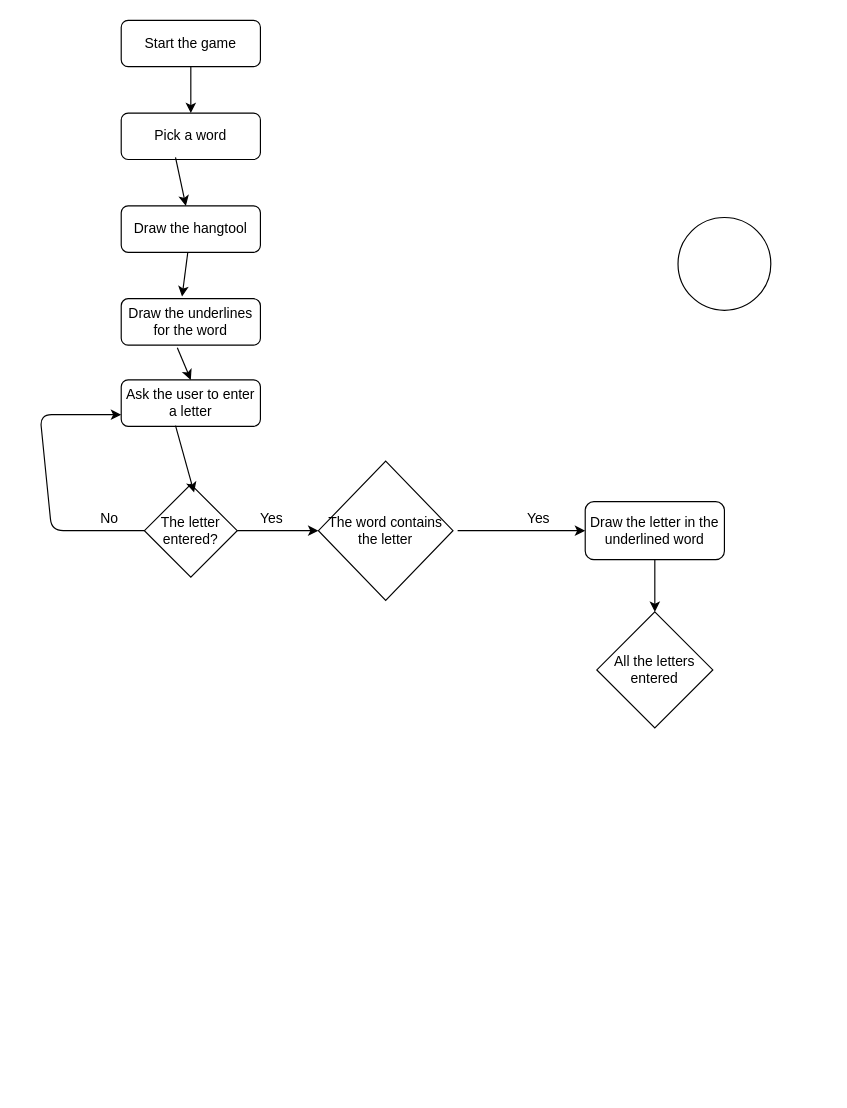
This is Untitled Diagram.drawio from bresliev/learnPython, a draw.io file, before an edit. Source tidied: cells renumbered, new cells numbered last; positions are measured from the earlier drawing's top-left corner, leaving out a move shared by most shapes. Both pictures are drawn from the tidied source at 116%, with x=0, y=0 at pixel (39, 20).
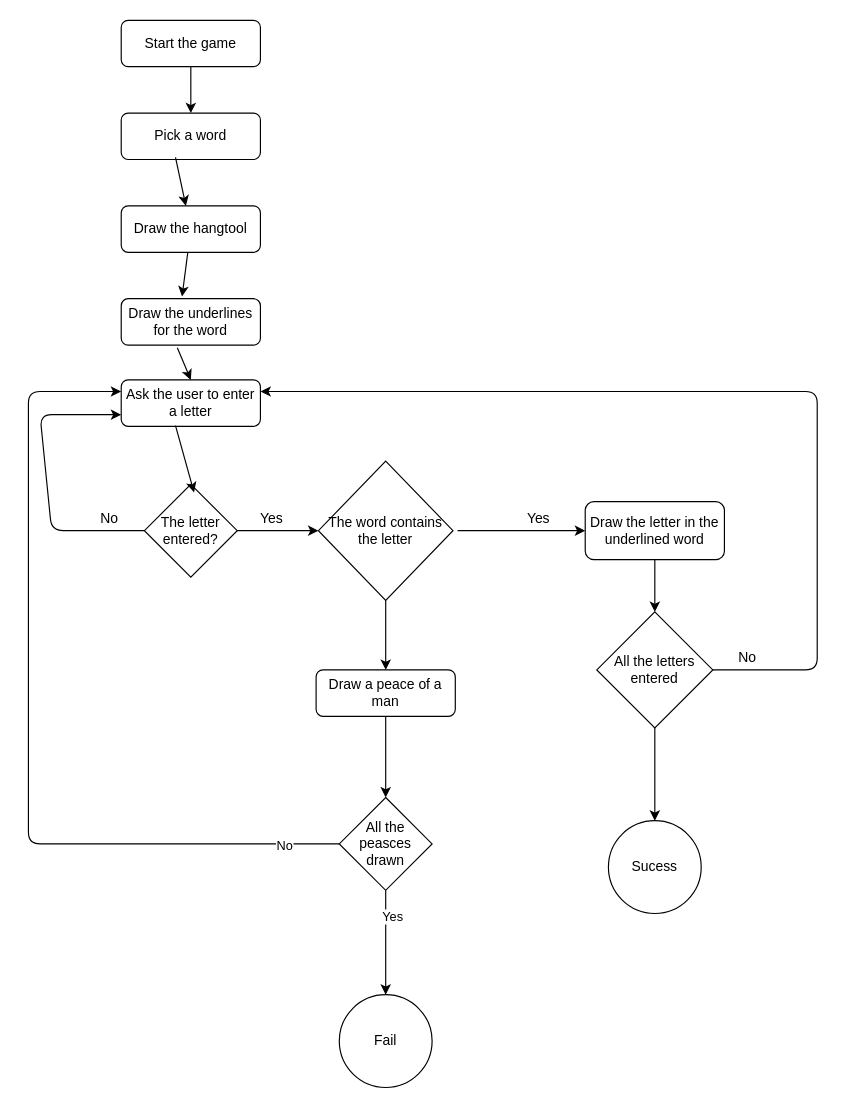
The same page after the edit.

The change refers to these unchanged cells:
```xml
<mxCell id="9" value="Ask the user to enter a letter" style="rounded=1;whiteSpace=wrap;html=1;" parent="1" vertex="1">
  <mxGeometry x="70" y="310" width="120" height="40" as="geometry" />
</mxCell>
<mxCell id="15" value="The word contains the letter" style="rhombus;whiteSpace=wrap;html=1;" parent="1" vertex="1">
  <mxGeometry x="240" y="380" width="116" height="120" as="geometry" />
</mxCell>
<mxCell id="22" value="All the letters entered" style="rhombus;whiteSpace=wrap;html=1;" parent="1" vertex="1">
  <mxGeometry x="480" y="510" width="100" height="100" as="geometry" />
</mxCell>
```

Diff of the diagram source:
```diff
@@
-    <mxCell id="18" style="ellipse;whiteSpace=wrap;html=1;" parent="1" vertex="1">
-      <mxGeometry x="550" y="170" width="80" height="80" as="geometry" />
+    <mxCell id="18" value="Sucess" style="ellipse;whiteSpace=wrap;html=1;" parent="1" vertex="1">
+      <mxGeometry x="490" y="690" width="80" height="80" as="geometry" />
     </mxCell>
@@
+    <mxCell id="24" style="endArrow=classic;html=1;exitX=1;exitY=0.5;exitDx=0;exitDy=0;entryX=1;entryY=0.25;entryDx=0;entryDy=0;" parent="1" edge="1" source="22" target="9">
+      <mxGeometry relative="1" as="geometry">
+        <Array as="points">
+          <mxPoint x="670" y="560" />
+          <mxPoint x="670" y="320" />
+        </Array>
+      </mxGeometry>
+    </mxCell>
+    <mxCell id="25" value="No" style="text;html=1;strokeColor=none;fillColor=none;align=center;verticalAlign=middle;whiteSpace=wrap;rounded=0;" parent="1" vertex="1">
+      <mxGeometry x="590" y="540" width="40" height="20" as="geometry" />
+    </mxCell>
+    <mxCell id="26" style="endArrow=classic;html=1;exitX=0.5;exitY=1;exitDx=0;exitDy=0;entryX=0.5;entryY=0;entryDx=0;entryDy=0;" parent="1" edge="1" source="22" target="18">
+      <mxGeometry relative="1" as="geometry" />
+    </mxCell>
+    <mxCell id="27" value="Draw a peace of a man" style="rounded=1;whiteSpace=wrap;html=1;" parent="1" vertex="1">
+      <mxGeometry x="238" y="560" width="120" height="40" as="geometry" />
+    </mxCell>
+    <mxCell id="28" style="endArrow=classic;html=1;exitX=0.5;exitY=1;exitDx=0;exitDy=0;entryX=0.5;entryY=0;entryDx=0;entryDy=0;" parent="1" edge="1" source="15" target="27">
+      <mxGeometry relative="1" as="geometry" />
+    </mxCell>
+    <mxCell id="29" value="All the peasces drawn" style="rhombus;whiteSpace=wrap;html=1;" parent="1" vertex="1">
+      <mxGeometry x="258" y="670" width="80" height="80" as="geometry" />
+    </mxCell>
+    <mxCell id="30" value="Fail" style="ellipse;whiteSpace=wrap;html=1;" parent="1" vertex="1">
+      <mxGeometry x="258" y="840" width="80" height="80" as="geometry" />
+    </mxCell>
+    <mxCell id="31" style="endArrow=classic;html=1;exitX=0.5;exitY=1;exitDx=0;exitDy=0;entryX=0.5;entryY=0;entryDx=0;entryDy=0;" parent="1" edge="1" source="27" target="29">
+      <mxGeometry relative="1" as="geometry" />
+    </mxCell>
+    <mxCell id="32" style="endArrow=classic;html=1;exitX=0.5;exitY=1;exitDx=0;exitDy=0;entryX=0.5;entryY=0;entryDx=0;entryDy=0;" parent="1" edge="1" source="29" target="30">
+      <mxGeometry relative="1" as="geometry" />
+    </mxCell>
+    <mxCell id="33" value="Yes" style="edgeLabel;html=1;align=center;verticalAlign=middle;" parent="32" vertex="1">
+      <mxGeometry x="-0.52" y="5" relative="1" as="geometry" />
+    </mxCell>
+    <mxCell id="34" style="endArrow=classic;html=1;exitX=0;exitY=0.5;exitDx=0;exitDy=0;entryX=0;entryY=0.25;entryDx=0;entryDy=0;" parent="1" edge="1" source="29" target="9">
+      <mxGeometry relative="1" as="geometry">
+        <Array as="points">
+          <mxPoint x="-10" y="710" />
+          <mxPoint x="-10" y="320" />
+        </Array>
+      </mxGeometry>
+    </mxCell>
+    <mxCell id="35" value="No" style="edgeLabel;html=1;align=center;verticalAlign=middle;" parent="34" vertex="1">
+      <mxGeometry x="-0.87" y="1" relative="1" as="geometry" />
+    </mxCell>
```
